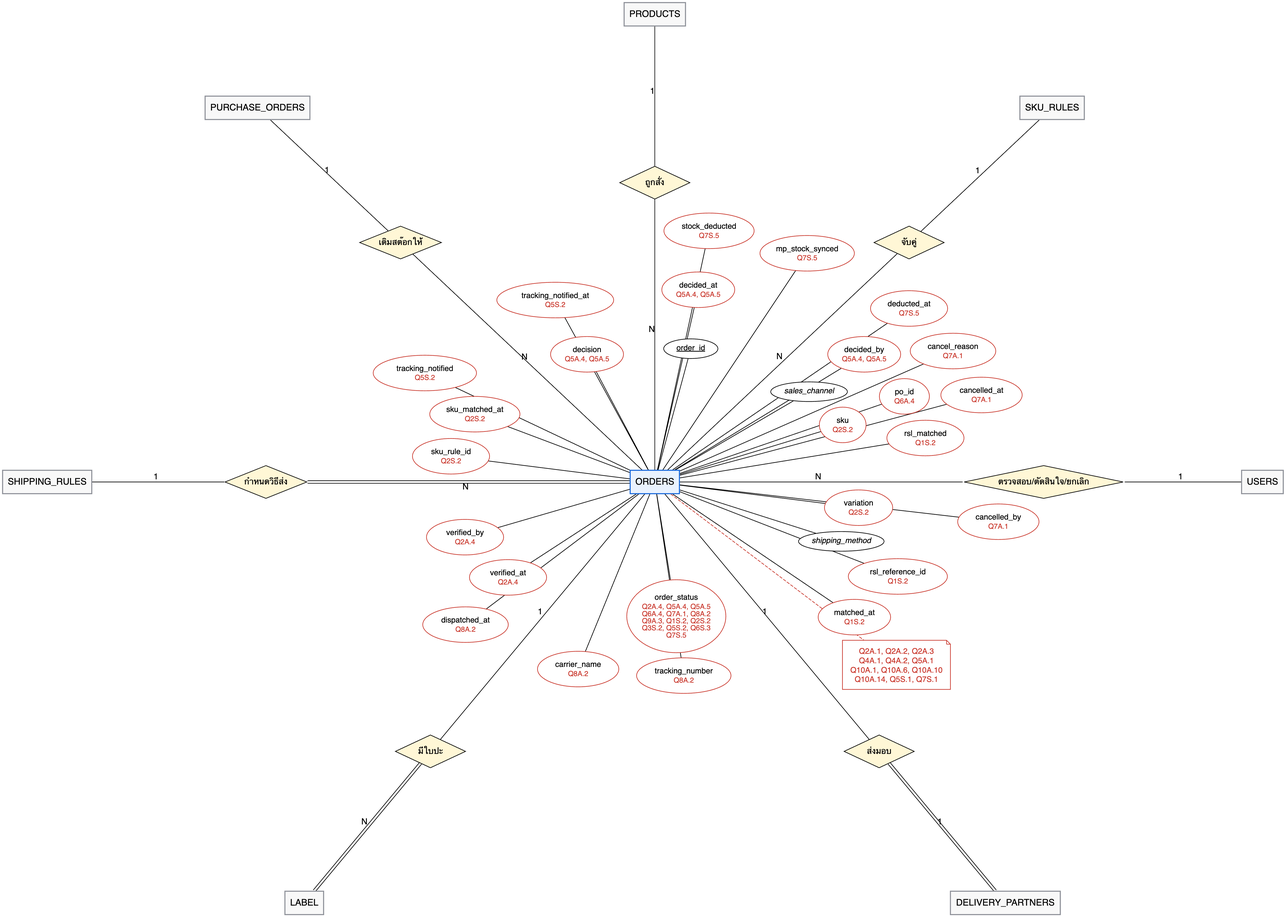
Above: 04-chapter2-diagrams-database/diagrams/png/er-query-1.png in xbpkdi/321-sa-proj (Graphviz), before the change. Its source is kept beside it as 04-chapter2-diagrams-database/diagrams/src/er-query-1.dot.
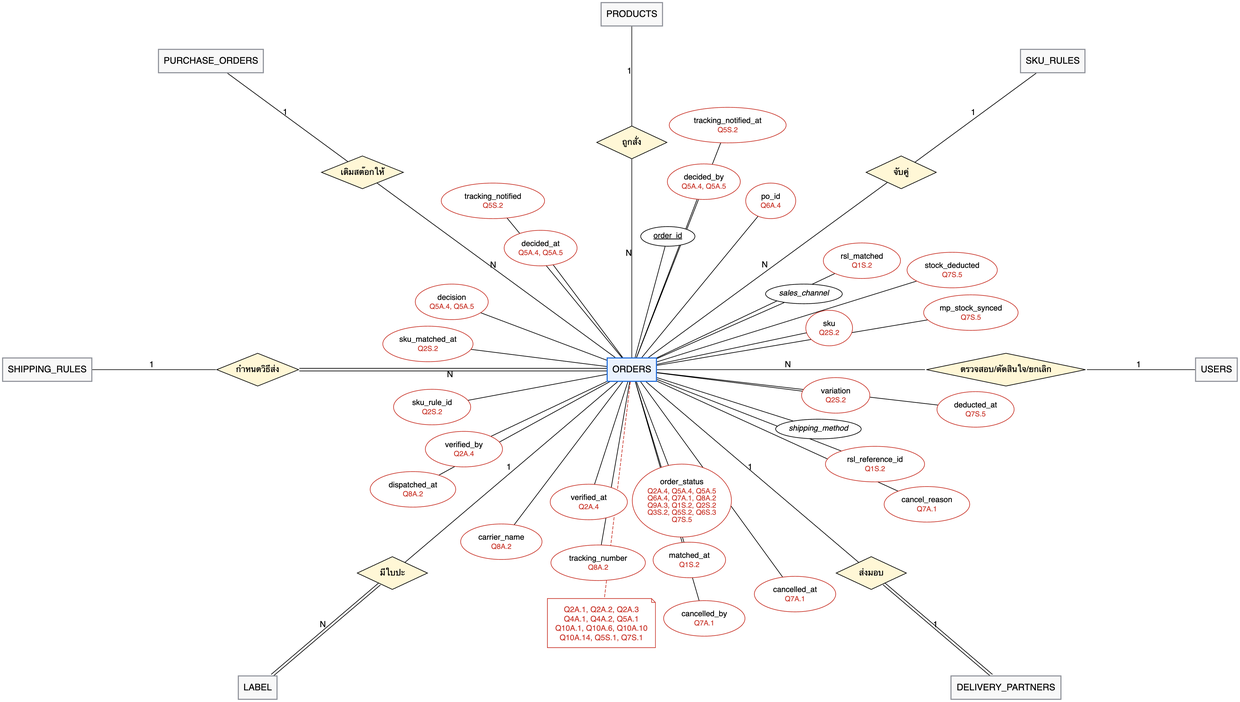
Above is the later version.

The edit, as a diff of the source:
```diff
@@ -1,91 +1,91 @@
 graph ER {
   layout=neato; overlap=true; splines=line; outputorder=edgesfirst;
   node [fontname="Helvetica", fontsize=14]; edge [fontname="Helvetica", fontsize=13];
-  "rel0" [pos="0.00,6.40!", shape=diamond, style=filled, fillcolor="#fff7d6", label="ถูกสั่ง", fontsize=13, fixedsize=true, width=1.50, height=0.7];
+  "rel0" [pos="0.00,4.86!", shape=diamond, style=filled, fillcolor="#fff7d6", label="ถูกสั่ง", fontsize=13, fixedsize=true, width=1.50, height=0.7];
   "products" -- "rel0" [label="1"];
   "rel0" -- "orders" [label="N"];
-  "rel1" [pos="5.44,5.12!", shape=diamond, style=filled, fillcolor="#fff7d6", label="จับคู่", fontsize=13, fixedsize=true, width=1.50, height=0.7];
+  "rel1" [pos="5.76,4.22!", shape=diamond, style=filled, fillcolor="#fff7d6", label="จับคู่", fontsize=13, fixedsize=true, width=1.50, height=0.7];
   "sku_rules" -- "rel1" [label="1"];
   "rel1" -- "orders" [label="N"];
-  "rel2" [pos="-5.44,5.12!", shape=diamond, style=filled, fillcolor="#fff7d6", label="เติมสต๊อกให้", fontsize=13, fixedsize=true, width=1.75, height=0.7];
+  "rel2" [pos="-5.76,4.22!", shape=diamond, style=filled, fillcolor="#fff7d6", label="เติมสต๊อกให้", fontsize=13, fixedsize=true, width=1.75, height=0.7];
   "purchase_orders" -- "rel2" [label="1"];
   "rel2" -- "orders" [label="N"];
-  "rel3" [pos="-8.32,0.00!", shape=diamond, style=filled, fillcolor="#fff7d6", label="กำหนดวิธีส่ง", fontsize=13, fixedsize=true, width=1.75, height=0.7];
+  "rel3" [pos="-8.00,0.00!", shape=diamond, style=filled, fillcolor="#fff7d6", label="กำหนดวิธีส่ง", fontsize=13, fixedsize=true, width=1.75, height=0.7];
   "shipping_rules" -- "rel3" [label="1"];
   "rel3" -- "orders" [label="N", color="black:invis:black"];
-  "rel4" [pos="8.32,0.00!", shape=diamond, style=filled, fillcolor="#fff7d6", label="ตรวจสอบ/ตัดสินใจ/ยกเลิก", fontsize=13, fixedsize=true, width=3.40, height=0.7];
+  "rel4" [pos="8.00,0.00!", shape=diamond, style=filled, fillcolor="#fff7d6", label="ตรวจสอบ/ตัดสินใจ/ยกเลิก", fontsize=13, fixedsize=true, width=3.40, height=0.7];
   "users" -- "rel4" [label="1"];
   "rel4" -- "orders" [label="N"];
-  "rel5" [pos="-4.80,-5.76!", shape=diamond, style=filled, fillcolor="#fff7d6", label="มีใบปะ", fontsize=13, fixedsize=true, width=1.50, height=0.7];
+  "rel5" [pos="-5.12,-4.35!", shape=diamond, style=filled, fillcolor="#fff7d6", label="มีใบปะ", fontsize=13, fixedsize=true, width=1.50, height=0.7];
   "orders" -- "rel5" [label="1"];
   "rel5" -- "label" [label="N", color="black:invis:black"];
-  "rel6" [pos="4.80,-5.76!", shape=diamond, style=filled, fillcolor="#fff7d6", label="ส่งมอบ", fontsize=13, fixedsize=true, width=1.50, height=0.7];
+  "rel6" [pos="5.12,-4.35!", shape=diamond, style=filled, fillcolor="#fff7d6", label="ส่งมอบ", fontsize=13, fixedsize=true, width=1.50, height=0.7];
   "orders" -- "rel6" [label="1"];
   "rel6" -- "delivery_partners" [label="1", color="black:invis:black"];
-  "users" [pos="13.00,0.00!", shape=box, style="filled", fillcolor="#f8f8f8", color="#8c8f97", penwidth=1.6, label="USERS"];
-  "products" [pos="0.00,10.00!", shape=box, style="filled", fillcolor="#f8f8f8", color="#8c8f97", penwidth=1.6, label="PRODUCTS"];
-  "sku_rules" [pos="8.50,8.00!", shape=box, style="filled", fillcolor="#f8f8f8", color="#8c8f97", penwidth=1.6, label="SKU_RULES"];
-  "purchase_orders" [pos="-8.50,8.00!", shape=box, style="filled", fillcolor="#f8f8f8", color="#8c8f97", penwidth=1.6, label="PURCHASE_ORDERS"];
-  "shipping_rules" [pos="-13.00,0.00!", shape=box, style="filled", fillcolor="#f8f8f8", color="#8c8f97", penwidth=1.6, label="SHIPPING_RULES"];
+  "users" [pos="12.50,0.00!", shape=box, style="filled", fillcolor="#f8f8f8", color="#8c8f97", penwidth=1.6, label="USERS"];
+  "products" [pos="0.00,7.60!", shape=box, style="filled", fillcolor="#f8f8f8", color="#8c8f97", penwidth=1.6, label="PRODUCTS"];
+  "sku_rules" [pos="9.00,6.60!", shape=box, style="filled", fillcolor="#f8f8f8", color="#8c8f97", penwidth=1.6, label="SKU_RULES"];
+  "purchase_orders" [pos="-9.00,6.60!", shape=box, style="filled", fillcolor="#f8f8f8", color="#8c8f97", penwidth=1.6, label="PURCHASE_ORDERS"];
+  "shipping_rules" [pos="-12.50,0.00!", shape=box, style="filled", fillcolor="#f8f8f8", color="#8c8f97", penwidth=1.6, label="SHIPPING_RULES"];
   "orders" [pos="0.00,0.00!", shape=box, style="filled", fillcolor="#e9f2fe", color="#1868db", penwidth=1.6, label="ORDERS"];
   "orders.order_id" [pos="0.77,2.85!", shape=ellipse, style=filled, fillcolor=white, label=<<u>order_id</u>>, fontsize=12, fixedsize=true, width=1.16, height=0.42];
   "orders" -- "orders.order_id";
-  "orders.sales_channel" [pos="3.30,1.93!", shape=ellipse, style=filled, fillcolor=white, label=<<i>sales_channel</i>>, fontsize=12, fixedsize=true, width=1.64, height=0.42];
+  "orders.sales_channel" [pos="3.68,1.62!", shape=ellipse, style=filled, fillcolor=white, label=<<i>sales_channel</i>>, fontsize=12, fixedsize=true, width=1.64, height=0.42];
   "orders" -- "orders.sales_channel";
-  "orders.sku" [pos="4.02,1.22!", shape=ellipse, style=filled, fillcolor=white, label=<sku<br/><font point-size="3"> </font><br/><font color="#c9372c" point-size="11">Q2S.2</font>>, fontsize=12, fixedsize=true, width=1.00, height=0.76, color="#c9372c"];
+  "orders.sku" [pos="4.22,0.89!", shape=ellipse, style=filled, fillcolor=white, label=<sku<br/><font point-size="3"> </font><br/><font color="#c9372c" point-size="11">Q2S.2</font>>, fontsize=12, fixedsize=true, width=1.00, height=0.76, color="#c9372c"];
   "orders" -- "orders.sku";
   "orders.variation" [pos="4.36,-0.55!", shape=ellipse, style=filled, fillcolor=white, label=<variation<br/><font point-size="3"> </font><br/><font color="#c9372c" point-size="11">Q2S.2</font>>, fontsize=12, fixedsize=true, width=1.46, height=0.76, color="#c9372c"];
   "orders" -- "orders.variation";
   "orders.shipping_method" [pos="3.99,-1.27!", shape=ellipse, style=filled, fillcolor=white, label=<<i>shipping_method</i>>, fontsize=12, fixedsize=true, width=1.83, height=0.42];
   "orders" -- "orders.shipping_method";
-  "orders.order_status" [pos="0.46,-2.87!", shape=ellipse, style=filled, fillcolor=white, label=<order_status<br/><font point-size="3"> </font><br/><font color="#c9372c" point-size="11">Q2A.4, Q5A.4, Q5A.5<br/>Q6A.4, Q7A.1, Q8A.2<br/>Q9A.3, Q1S.2, Q2S.2<br/>Q3S.2, Q5S.2, Q6S.3<br/>Q7S.5</font>>, fontsize=12, fixedsize=true, width=2.12, height=1.56, color="#c9372c"];
+  "orders.order_status" [pos="1.07,-2.80!", shape=ellipse, style=filled, fillcolor=white, label=<order_status<br/><font point-size="3"> </font><br/><font color="#c9372c" point-size="11">Q2A.4, Q5A.4, Q5A.5<br/>Q6A.4, Q7A.1, Q8A.2<br/>Q9A.3, Q1S.2, Q2S.2<br/>Q3S.2, Q5S.2, Q6S.3<br/>Q7S.5</font>>, fontsize=12, fixedsize=true, width=2.12, height=1.56, color="#c9372c"];
   "orders" -- "orders.order_status";
-  "orders.verified_at" [pos="-3.14,-2.04!", shape=ellipse, style=filled, fillcolor=white, label=<verified_at<br/><font point-size="3"> </font><br/><font color="#c9372c" point-size="11">Q2A.4</font>>, fontsize=12, fixedsize=true, width=1.65, height=0.76, color="#c9372c"];
+  "orders.verified_at" [pos="-0.92,-2.83!", shape=ellipse, style=filled, fillcolor=white, label=<verified_at<br/><font point-size="3"> </font><br/><font color="#c9372c" point-size="11">Q2A.4</font>>, fontsize=12, fixedsize=true, width=1.65, height=0.76, color="#c9372c"];
   "orders" -- "orders.verified_at";
-  "orders.verified_by" [pos="-4.06,-1.18!", shape=ellipse, style=filled, fillcolor=white, label=<verified_by<br/><font point-size="3"> </font><br/><font color="#c9372c" point-size="11">Q2A.4</font>>, fontsize=12, fixedsize=true, width=1.65, height=0.76, color="#c9372c"];
+  "orders.verified_by" [pos="-3.59,-1.70!", shape=ellipse, style=filled, fillcolor=white, label=<verified_by<br/><font point-size="3"> </font><br/><font color="#c9372c" point-size="11">Q2A.4</font>>, fontsize=12, fixedsize=true, width=1.65, height=0.76, color="#c9372c"];
   "orders" -- "orders.verified_by";
-  "orders.sku_rule_id" [pos="-4.36,0.55!", shape=ellipse, style=filled, fillcolor=white, label=<sku_rule_id<br/><font point-size="3"> </font><br/><font color="#c9372c" point-size="11">Q2S.2</font>>, fontsize=12, fixedsize=true, width=1.65, height=0.76, color="#c9372c"];
+  "orders.sku_rule_id" [pos="-4.27,-0.80!", shape=ellipse, style=filled, fillcolor=white, label=<sku_rule_id<br/><font point-size="3"> </font><br/><font color="#c9372c" point-size="11">Q2S.2</font>>, fontsize=12, fixedsize=true, width=1.65, height=0.76, color="#c9372c"];
   "orders" -- "orders.sku_rule_id";
-  "orders.sku_matched_at" [pos="-3.85,1.45!", shape=ellipse, style=filled, fillcolor=white, label=<sku_matched_at<br/><font point-size="3"> </font><br/><font color="#c9372c" point-size="11">Q2S.2</font>>, fontsize=12, fixedsize=true, width=1.93, height=0.76, color="#c9372c"];
+  "orders.sku_matched_at" [pos="-4.36,0.55!", shape=ellipse, style=filled, fillcolor=white, label=<sku_matched_at<br/><font point-size="3"> </font><br/><font color="#c9372c" point-size="11">Q2S.2</font>>, fontsize=12, fixedsize=true, width=1.93, height=0.76, color="#c9372c"];
   "orders" -- "orders.sku_matched_at";
-  "orders.decision" [pos="-1.45,2.73!", shape=ellipse, style=filled, fillcolor=white, label=<decision<br/><font point-size="3"> </font><br/><font color="#c9372c" point-size="11">Q5A.4, Q5A.5</font>>, fontsize=12, fixedsize=true, width=1.56, height=0.76, color="#c9372c"];
+  "orders.decision" [pos="-3.85,1.45!", shape=ellipse, style=filled, fillcolor=white, label=<decision<br/><font point-size="3"> </font><br/><font color="#c9372c" point-size="11">Q5A.4, Q5A.5</font>>, fontsize=12, fixedsize=true, width=1.56, height=0.76, color="#c9372c"];
   "orders" -- "orders.decision";
-  "orders.decided_at" [pos="0.93,4.11!", shape=ellipse, style=filled, fillcolor=white, label=<decided_at<br/><font point-size="3"> </font><br/><font color="#c9372c" point-size="11">Q5A.4, Q5A.5</font>>, fontsize=12, fixedsize=true, width=1.56, height=0.76, color="#c9372c"];
+  "orders.decided_at" [pos="-1.95,2.60!", shape=ellipse, style=filled, fillcolor=white, label=<decided_at<br/><font point-size="3"> </font><br/><font color="#c9372c" point-size="11">Q5A.4, Q5A.5</font>>, fontsize=12, fixedsize=true, width=1.56, height=0.76, color="#c9372c"];
   "orders" -- "orders.decided_at";
-  "orders.decided_by" [pos="4.48,2.73!", shape=ellipse, style=filled, fillcolor=white, label=<decided_by<br/><font point-size="3"> </font><br/><font color="#c9372c" point-size="11">Q5A.4, Q5A.5</font>>, fontsize=12, fixedsize=true, width=1.56, height=0.76, color="#c9372c"];
+  "orders.decided_by" [pos="1.54,4.02!", shape=ellipse, style=filled, fillcolor=white, label=<decided_by<br/><font point-size="3"> </font><br/><font color="#c9372c" point-size="11">Q5A.4, Q5A.5</font>>, fontsize=12, fixedsize=true, width=1.56, height=0.76, color="#c9372c"];
   "orders" -- "orders.decided_by";
-  "orders.po_id" [pos="5.34,1.83!", shape=ellipse, style=filled, fillcolor=white, label=<po_id<br/><font point-size="3"> </font><br/><font color="#c9372c" point-size="11">Q6A.4</font>>, fontsize=12, fixedsize=true, width=1.07, height=0.76, color="#c9372c"];
+  "orders.po_id" [pos="2.97,3.61!", shape=ellipse, style=filled, fillcolor=white, label=<po_id<br/><font point-size="3"> </font><br/><font color="#c9372c" point-size="11">Q6A.4</font>>, fontsize=12, fixedsize=true, width=1.07, height=0.76, color="#c9372c"];
   "orders" -- "orders.po_id";
-  "orders.rsl_matched" [pos="5.79,0.94!", shape=ellipse, style=filled, fillcolor=white, label=<rsl_matched<br/><font point-size="3"> </font><br/><font color="#c9372c" point-size="11">Q1S.2</font>>, fontsize=12, fixedsize=true, width=1.65, height=0.76, color="#c9372c"];
+  "orders.rsl_matched" [pos="4.92,2.33!", shape=ellipse, style=filled, fillcolor=white, label=<rsl_matched<br/><font point-size="3"> </font><br/><font color="#c9372c" point-size="11">Q1S.2</font>>, fontsize=12, fixedsize=true, width=1.65, height=0.76, color="#c9372c"];
   "orders" -- "orders.rsl_matched";
   "orders.rsl_reference_id" [pos="5.20,-2.02!", shape=ellipse, style=filled, fillcolor=white, label=<rsl_reference_id<br/><font point-size="3"> </font><br/><font color="#c9372c" point-size="11">Q1S.2</font>>, fontsize=12, fixedsize=true, width=2.12, height=0.76, color="#c9372c"];
   "orders" -- "orders.rsl_reference_id";
-  "orders.matched_at" [pos="4.27,-2.89!", shape=ellipse, style=filled, fillcolor=white, label=<matched_at<br/><font point-size="3"> </font><br/><font color="#c9372c" point-size="11">Q1S.2</font>>, fontsize=12, fixedsize=true, width=1.55, height=0.76, color="#c9372c"];
+  "orders.matched_at" [pos="1.23,-4.07!", shape=ellipse, style=filled, fillcolor=white, label=<matched_at<br/><font point-size="3"> </font><br/><font color="#c9372c" point-size="11">Q1S.2</font>>, fontsize=12, fixedsize=true, width=1.55, height=0.76, color="#c9372c"];
   "orders" -- "orders.matched_at";
-  "orders.tracking_number" [pos="0.62,-4.14!", shape=ellipse, style=filled, fillcolor=white, label=<tracking_number<br/><font point-size="3"> </font><br/><font color="#c9372c" point-size="11">Q8A.2</font>>, fontsize=12, fixedsize=true, width=2.02, height=0.76, color="#c9372c"];
+  "orders.tracking_number" [pos="-0.72,-4.13!", shape=ellipse, style=filled, fillcolor=white, label=<tracking_number<br/><font point-size="3"> </font><br/><font color="#c9372c" point-size="11">Q8A.2</font>>, fontsize=12, fixedsize=true, width=2.02, height=0.76, color="#c9372c"];
   "orders" -- "orders.tracking_number";
-  "orders.carrier_name" [pos="-1.64,-4.00!", shape=ellipse, style=filled, fillcolor=white, label=<carrier_name<br/><font point-size="3"> </font><br/><font color="#c9372c" point-size="11">Q8A.2</font>>, fontsize=12, fixedsize=true, width=1.74, height=0.76, color="#c9372c"];
+  "orders.carrier_name" [pos="-2.79,-3.68!", shape=ellipse, style=filled, fillcolor=white, label=<carrier_name<br/><font point-size="3"> </font><br/><font color="#c9372c" point-size="11">Q8A.2</font>>, fontsize=12, fixedsize=true, width=1.74, height=0.76, color="#c9372c"];
   "orders" -- "orders.carrier_name";
-  "orders.dispatched_at" [pos="-4.05,-3.05!", shape=ellipse, style=filled, fillcolor=white, label=<dispatched_at<br/><font point-size="3"> </font><br/><font color="#c9372c" point-size="11">Q8A.2</font>>, fontsize=12, fixedsize=true, width=1.83, height=0.76, color="#c9372c"];
+  "orders.dispatched_at" [pos="-4.68,-2.56!", shape=ellipse, style=filled, fillcolor=white, label=<dispatched_at<br/><font point-size="3"> </font><br/><font color="#c9372c" point-size="11">Q8A.2</font>>, fontsize=12, fixedsize=true, width=1.83, height=0.76, color="#c9372c"];
   "orders" -- "orders.dispatched_at";
-  "orders.tracking_notified" [pos="-4.92,2.33!", shape=ellipse, style=filled, fillcolor=white, label=<tracking_notified<br/><font point-size="3"> </font><br/><font color="#c9372c" point-size="11">Q5S.2</font>>, fontsize=12, fixedsize=true, width=2.21, height=0.76, color="#c9372c"];
+  "orders.tracking_notified" [pos="-2.97,3.61!", shape=ellipse, style=filled, fillcolor=white, label=<tracking_notified<br/><font point-size="3"> </font><br/><font color="#c9372c" point-size="11">Q5S.2</font>>, fontsize=12, fixedsize=true, width=2.21, height=0.76, color="#c9372c"];
   "orders" -- "orders.tracking_notified";
-  "orders.tracking_notified_at" [pos="-2.13,3.89!", shape=ellipse, style=filled, fillcolor=white, label=<tracking_notified_at<br/><font point-size="3"> </font><br/><font color="#c9372c" point-size="11">Q5S.2</font>>, fontsize=12, fixedsize=true, width=2.50, height=0.76, color="#c9372c"];
+  "orders.tracking_notified_at" [pos="2.05,5.23!", shape=ellipse, style=filled, fillcolor=white, label=<tracking_notified_at<br/><font point-size="3"> </font><br/><font color="#c9372c" point-size="11">Q5S.2</font>>, fontsize=12, fixedsize=true, width=2.50, height=0.76, color="#c9372c"];
   "orders" -- "orders.tracking_notified_at";
-  "orders.stock_deducted" [pos="1.16,5.37!", shape=ellipse, style=filled, fillcolor=white, label=<stock_deducted<br/><font point-size="3"> </font><br/><font color="#c9372c" point-size="11">Q7S.5</font>>, fontsize=12, fixedsize=true, width=1.93, height=0.76, color="#c9372c"];
+  "orders.stock_deducted" [pos="6.85,2.13!", shape=ellipse, style=filled, fillcolor=white, label=<stock_deducted<br/><font point-size="3"> </font><br/><font color="#c9372c" point-size="11">Q7S.5</font>>, fontsize=12, fixedsize=true, width=1.93, height=0.76, color="#c9372c"];
   "orders" -- "orders.stock_deducted";
-  "orders.mp_stock_synced" [pos="3.26,4.89!", shape=ellipse, style=filled, fillcolor=white, label=<mp_stock_synced<br/><font point-size="3"> </font><br/><font color="#c9372c" point-size="11">Q7S.5</font>>, fontsize=12, fixedsize=true, width=2.02, height=0.76, color="#c9372c"];
+  "orders.mp_stock_synced" [pos="7.25,1.22!", shape=ellipse, style=filled, fillcolor=white, label=<mp_stock_synced<br/><font point-size="3"> </font><br/><font color="#c9372c" point-size="11">Q7S.5</font>>, fontsize=12, fixedsize=true, width=2.02, height=0.76, color="#c9372c"];
   "orders" -- "orders.mp_stock_synced";
-  "orders.deducted_at" [pos="5.44,3.71!", shape=ellipse, style=filled, fillcolor=white, label=<deducted_at<br/><font point-size="3"> </font><br/><font color="#c9372c" point-size="11">Q7S.5</font>>, fontsize=12, fixedsize=true, width=1.65, height=0.76, color="#c9372c"];
+  "orders.deducted_at" [pos="7.35,-0.85!", shape=ellipse, style=filled, fillcolor=white, label=<deducted_at<br/><font point-size="3"> </font><br/><font color="#c9372c" point-size="11">Q7S.5</font>>, fontsize=12, fixedsize=true, width=1.65, height=0.76, color="#c9372c"];
   "orders" -- "orders.deducted_at";
-  "orders.cancel_reason" [pos="6.38,2.80!", shape=ellipse, style=filled, fillcolor=white, label=<cancel_reason<br/><font point-size="3"> </font><br/><font color="#c9372c" point-size="11">Q7A.1</font>>, fontsize=12, fixedsize=true, width=1.83, height=0.76, color="#c9372c"];
+  "orders.cancel_reason" [pos="6.31,-2.88!", shape=ellipse, style=filled, fillcolor=white, label=<cancel_reason<br/><font point-size="3"> </font><br/><font color="#c9372c" point-size="11">Q7A.1</font>>, fontsize=12, fixedsize=true, width=1.83, height=0.76, color="#c9372c"];
   "orders" -- "orders.cancel_reason";
-  "orders.cancelled_at" [pos="6.99,1.86!", shape=ellipse, style=filled, fillcolor=white, label=<cancelled_at<br/><font point-size="3"> </font><br/><font color="#c9372c" point-size="11">Q7A.1</font>>, fontsize=12, fixedsize=true, width=1.74, height=0.76, color="#c9372c"];
+  "orders.cancelled_at" [pos="3.49,-4.80!", shape=ellipse, style=filled, fillcolor=white, label=<cancelled_at<br/><font point-size="3"> </font><br/><font color="#c9372c" point-size="11">Q7A.1</font>>, fontsize=12, fixedsize=true, width=1.74, height=0.76, color="#c9372c"];
   "orders" -- "orders.cancelled_at";
-  "orders.cancelled_by" [pos="7.35,-0.85!", shape=ellipse, style=filled, fillcolor=white, label=<cancelled_by<br/><font point-size="3"> </font><br/><font color="#c9372c" point-size="11">Q7A.1</font>>, fontsize=12, fixedsize=true, width=1.74, height=0.76, color="#c9372c"];
+  "orders.cancelled_by" [pos="1.55,-5.32!", shape=ellipse, style=filled, fillcolor=white, label=<cancelled_by<br/><font point-size="3"> </font><br/><font color="#c9372c" point-size="11">Q7A.1</font>>, fontsize=12, fixedsize=true, width=1.74, height=0.76, color="#c9372c"];
   "orders" -- "orders.cancelled_by";
-  "orders.__q" [pos="5.17,-3.91!", shape=note, color="#c9372c", fontcolor="#c9372c", fontsize=12, fixedsize=true, width=2.31, height=1.05, style=filled, fillcolor=white, label=<Q2A.1, Q2A.2, Q2A.3<br/>Q4A.1, Q4A.2, Q5A.1<br/>Q10A.1, Q10A.6, Q10A.10<br/>Q10A.14, Q5S.1, Q7S.1>];
+  "orders.__q" [pos="-0.65,-5.42!", shape=note, color="#c9372c", fontcolor="#c9372c", fontsize=12, fixedsize=true, width=2.31, height=1.05, style=filled, fillcolor=white, label=<Q2A.1, Q2A.2, Q2A.3<br/>Q4A.1, Q4A.2, Q5A.1<br/>Q10A.1, Q10A.6, Q10A.10<br/>Q10A.14, Q5S.1, Q7S.1>];
   "orders" -- "orders.__q" [style=dashed, color="#c9372c"];
-  "label" [pos="-7.50,-9.00!", shape=box, style="filled", fillcolor="#f8f8f8", color="#8c8f97", penwidth=1.6, label="LABEL"];
-  "delivery_partners" [pos="7.50,-9.00!", shape=box, style="filled", fillcolor="#f8f8f8", color="#8c8f97", penwidth=1.6, label="DELIVERY_PARTNERS"];
+  "label" [pos="-8.00,-6.80!", shape=box, style="filled", fillcolor="#f8f8f8", color="#8c8f97", penwidth=1.6, label="LABEL"];
+  "delivery_partners" [pos="8.00,-6.80!", shape=box, style="filled", fillcolor="#f8f8f8", color="#8c8f97", penwidth=1.6, label="DELIVERY_PARTNERS"];
 }
```
